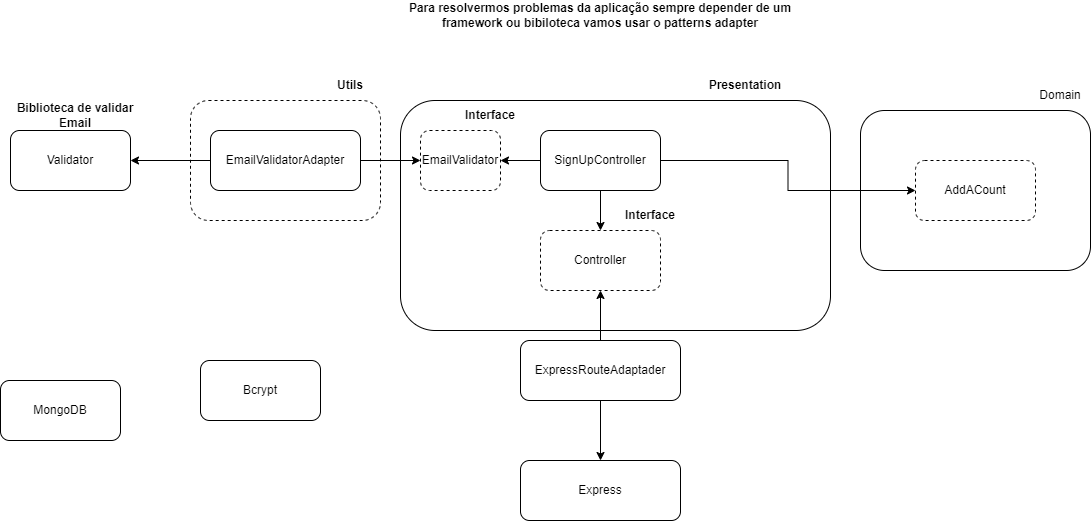
Earlier version of the draw.io export clean-node-api.drawio.png (jonathanGroupRoot/clean-node-api). Source tidied: cells renumbered, new cells last; positions are measured from the earlier drawing's top-left corner, leaving out a move shared by most shapes.
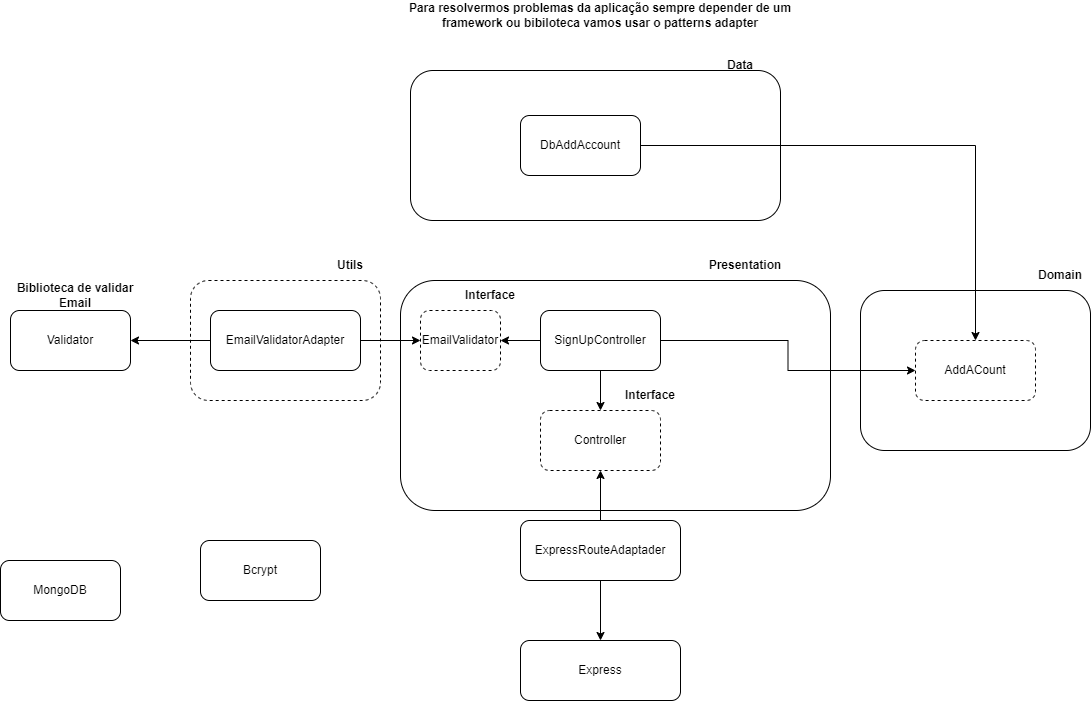
Later version of the same file.

Change to the diagram source:
```diff
@@ -72,7 +72,7 @@
       <mxGeometry x="210" y="130" width="150" height="60" as="geometry" />
     </mxCell>
     <mxCell id="25" value="&lt;b&gt;Para resolvermos problemas da aplicação sempre depender de um framework ou bibiloteca vamos usar o patterns adapter&lt;/b&gt;" style="text;html=1;strokeColor=none;fillColor=none;align=center;verticalAlign=middle;whiteSpace=wrap;rounded=0;dashed=1;" parent="1" vertex="1">
-      <mxGeometry x="385" width="430" height="30" as="geometry" />
+      <mxGeometry x="385" y="-180" width="430" height="30" as="geometry" />
     </mxCell>
     <mxCell id="26" value="EmailValidator" style="rounded=1;whiteSpace=wrap;html=1;dashed=1;" parent="1" vertex="1">
       <mxGeometry x="420" y="130" width="80" height="60" as="geometry" />
@@ -86,8 +86,20 @@
     <mxCell id="29" value="AddACount" style="rounded=1;whiteSpace=wrap;html=1;dashed=1;" parent="1" vertex="1">
       <mxGeometry x="915" y="160" width="120" height="60" as="geometry" />
     </mxCell>
-    <mxCell id="30" value="Domain" style="text;html=1;strokeColor=none;fillColor=none;align=center;verticalAlign=middle;whiteSpace=wrap;rounded=0;" parent="1" vertex="1">
+    <mxCell id="30" value="&lt;b&gt;Domain&lt;/b&gt;" style="text;html=1;strokeColor=none;fillColor=none;align=center;verticalAlign=middle;whiteSpace=wrap;rounded=0;" parent="1" vertex="1">
       <mxGeometry x="1030" y="80" width="60" height="30" as="geometry" />
     </mxCell>
+    <mxCell id="31" value="&lt;b&gt;Data&lt;/b&gt;" style="text;html=1;strokeColor=none;fillColor=none;align=center;verticalAlign=middle;whiteSpace=wrap;rounded=0;" parent="1" vertex="1">
+      <mxGeometry x="710" y="-130" width="60" height="30" as="geometry" />
+    </mxCell>
+    <mxCell id="32" style="rounded=1;whiteSpace=wrap;html=1;" parent="1" vertex="1">
+      <mxGeometry x="410" y="-110" width="370" height="150" as="geometry" />
+    </mxCell>
+    <mxCell id="33" style="edgeStyle=orthogonalEdgeStyle;rounded=0;jettySize=auto;html=1;" parent="1" edge="1" source="34" target="29">
+      <mxGeometry relative="1" as="geometry" />
+    </mxCell>
+    <mxCell id="34" value="DbAddAccount" style="rounded=1;whiteSpace=wrap;html=1;" parent="1" vertex="1">
+      <mxGeometry x="520" y="-65" width="120" height="60" as="geometry" />
+    </mxCell>
   </root>
 </mxGraphModel>
```
